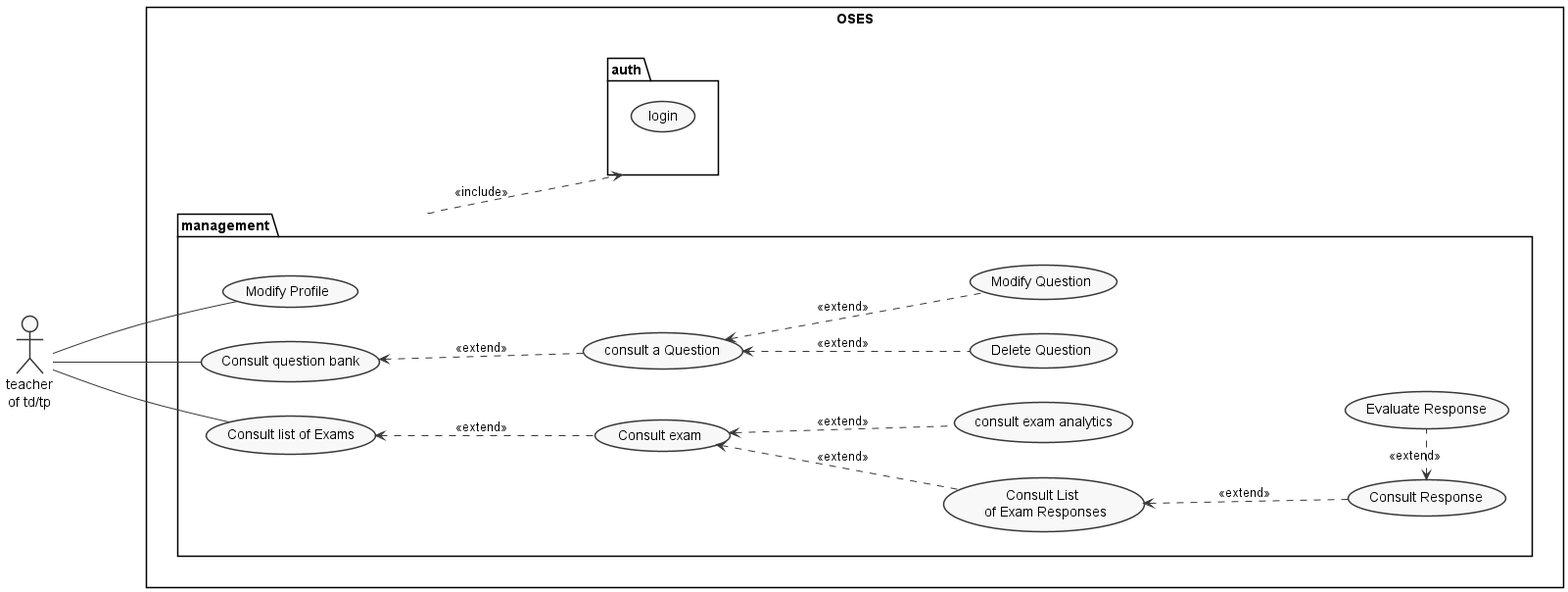
Above: Chapters/images/TP_TD_Teacher.png in OnlineSecureExamSystem/oses-essays-memos (PlantUML), before the change.
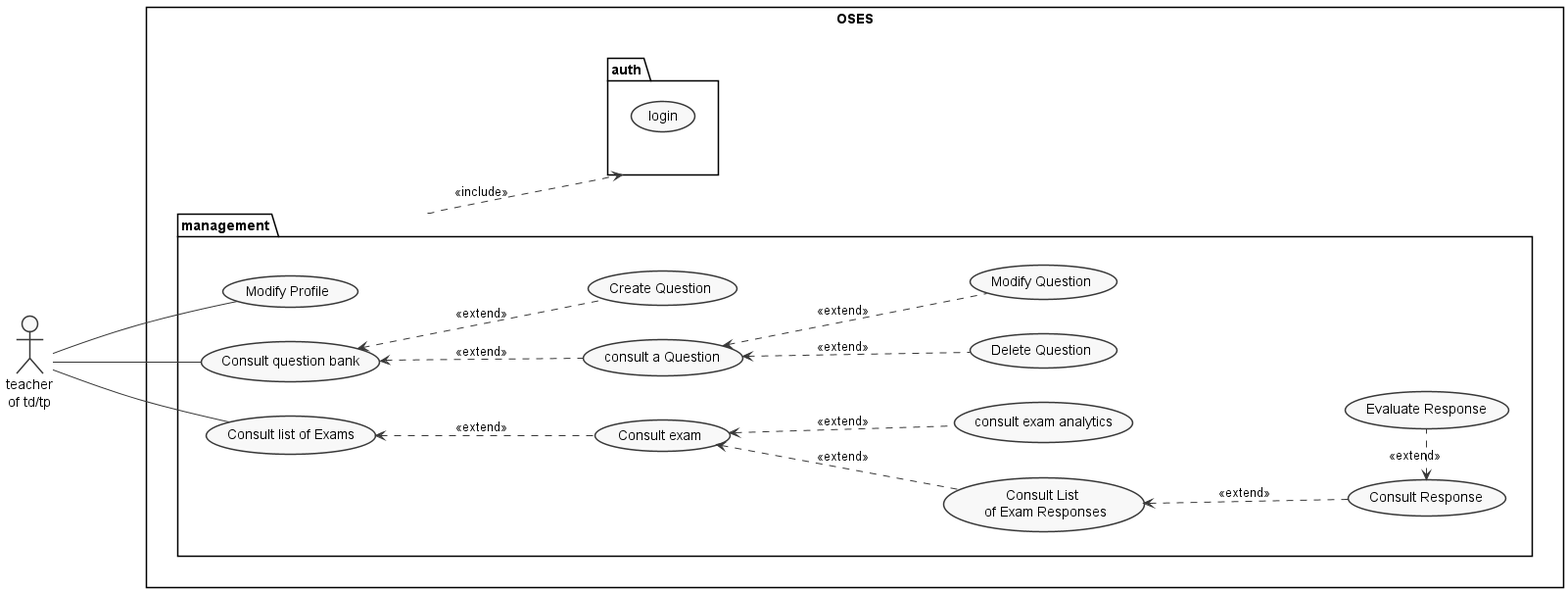
After the change.

What changed in the source:
```diff
@@ -17,6 +17,7 @@
 
 
         (Consult question bank) <.. (consult a Question):<<extend>>
+        (Consult question bank) <.. (Create Question):<<extend>>
         (consult a Question) <.. (Delete Question):<<extend>>
         (consult a Question) <.. (Modify Question):<<extend>>
         (Consult exam) <.. (Consult List \n of Exam Responses):<<extend>>
```
